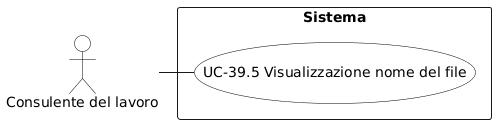
This is RTB/Analisi dei Requisiti/diagrammi_use_case/UC-39.5.png from aLittleByte-19/Documentazione, a PlantUML export, as it was before one commit. Source of this version:
```plantuml
@startuml
skinparam backgroundColor white
skinparam actor {
  BackgroundColor white
  BorderColor black
  FontColor black
}
skinparam usecase {
  BackgroundColor white
  BorderColor black
  FontColor black
}
actor "Consulente del lavoro" as C

rectangle "Sistema" {
  (UC-39.5 Visualizzazione nome del file) as UC395
}

C - UC395
@enduml
```
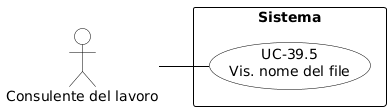
The same file after the commit.

Diff of the diagram source:
```diff
@@ -1,20 +1,29 @@
 @startuml
-skinparam backgroundColor white
+skinparam shadowing false
+skinparam defaultFontName Arial
+left to right direction
+skinparam nodesep 15
+skinparam ranksep 50
+
+skinparam usecase {
+    BackgroundColor white
+    BorderColor black
+    ArrowColor black
+}
 skinparam actor {
-  BackgroundColor white
-  BorderColor black
-  FontColor black
+    BackgroundColor white
+    BorderColor black
 }
-skinparam usecase {
-  BackgroundColor white
-  BorderColor black
-  FontColor black
+skinparam rectangle {
+    BorderColor black
+    FontStyle bold
 }
-actor "Consulente del lavoro" as C
+
+actor "Consulente del lavoro" as CL
 
 rectangle "Sistema" {
-  (UC-39.5 Visualizzazione nome del file) as UC395
+    usecase "UC-39.5\nVis. nome del file" as UC39_5
 }
 
-C - UC395
+CL -- UC39_5
 @enduml
```
